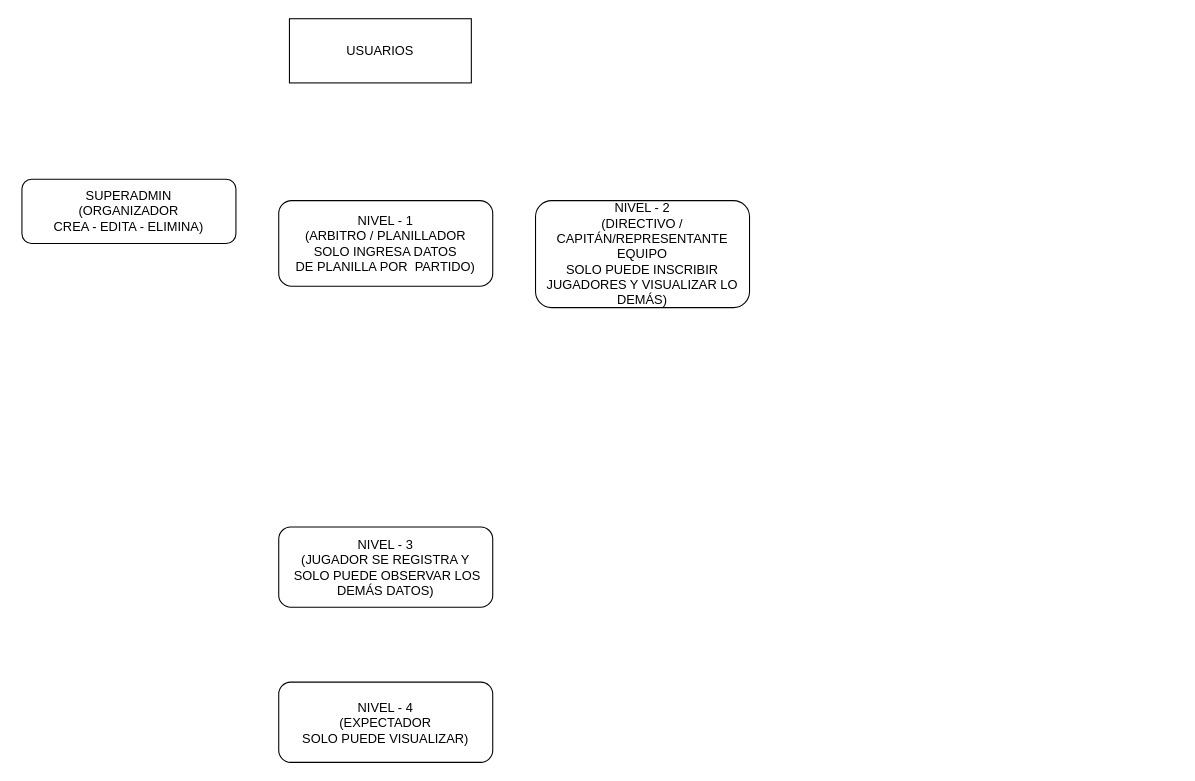
Above: Diagrama sin título.drawio in raocampo/diagramas (draw.io), before the change. Source tidied: cells renumbered, new cells numbered last; positions are measured from the earlier drawing's top-left corner, leaving out a move shared by most shapes. Both pictures are drawn from the tidied source at 107%, with x=0, y=0 at pixel (21, 18).
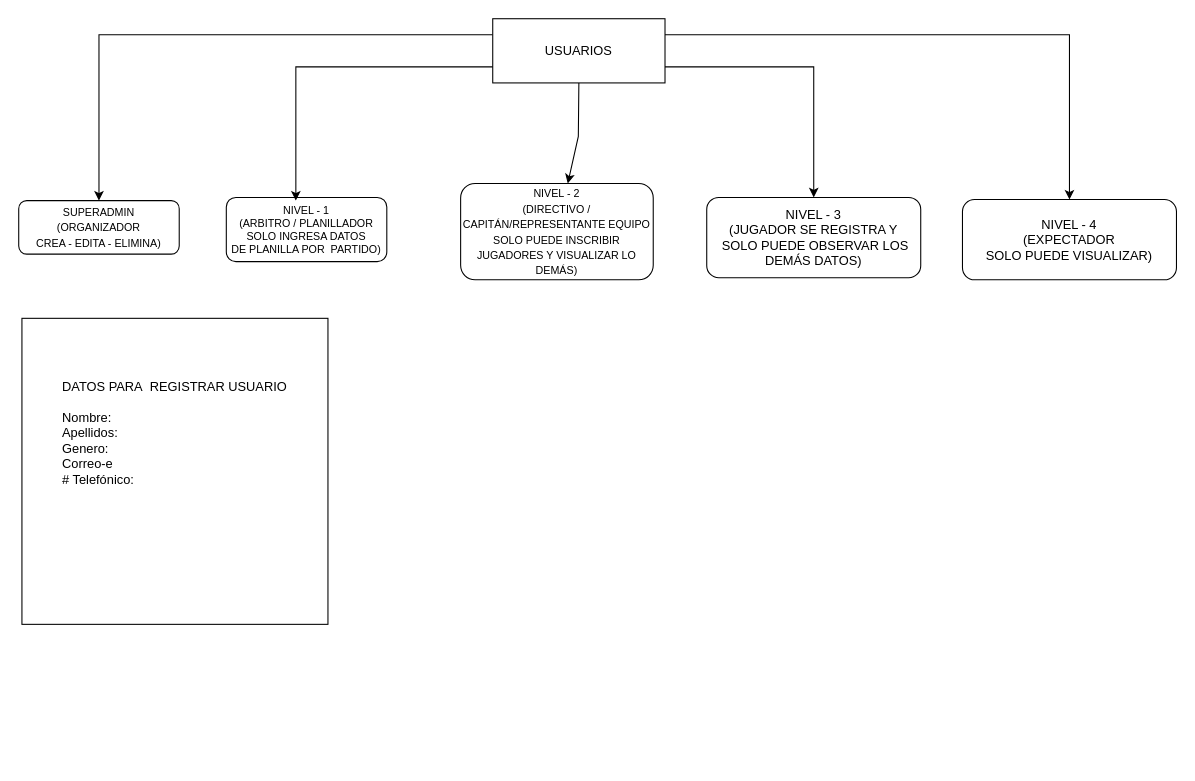
After the change.

Change to the diagram source:
```diff
@@
+    <mxCell id="8" style="edgeStyle=none;rounded=0;jettySize=auto;html=1;exitX=0;exitY=0.25;exitDx=0;exitDy=0;" parent="1" edge="1" source="2" target="3">
+      <mxGeometry relative="1" as="geometry">
+        <Array as="points">
+          <mxPoint x="250" y="15" />
+          <mxPoint x="72" y="15" />
+        </Array>
+      </mxGeometry>
+    </mxCell>
+    <mxCell id="9" style="edgeStyle=none;rounded=0;jettySize=auto;html=1;exitX=1;exitY=0.25;exitDx=0;exitDy=0;entryX=0.5;entryY=0;entryDx=0;entryDy=0;" parent="1" edge="1" source="2" target="7">
+      <mxGeometry relative="1" as="geometry">
+        <Array as="points">
+          <mxPoint x="979" y="15" />
+        </Array>
+      </mxGeometry>
+    </mxCell>
+    <mxCell id="10" style="edgeStyle=none;rounded=0;jettySize=auto;html=1;exitX=1;exitY=0.75;exitDx=0;exitDy=0;entryX=0.5;entryY=0;entryDx=0;entryDy=0;" parent="1" edge="1" source="2" target="6">
+      <mxGeometry relative="1" as="geometry">
+        <Array as="points">
+          <mxPoint x="740" y="45" />
+        </Array>
+      </mxGeometry>
+    </mxCell>
     <mxCell id="2" value="USUARIOS" style="rounded=0;whiteSpace=wrap;html=1;" parent="1" vertex="1">
-      <mxGeometry x="250" width="170" height="60" as="geometry" />
+      <mxGeometry x="440" width="161" height="60" as="geometry" />
     </mxCell>
-    <mxCell id="3" value="SUPERADMIN&lt;br&gt;(ORGANIZADOR &lt;br&gt;CREA - EDITA - ELIMINA)" style="rounded=1;whiteSpace=wrap;html=1;" parent="1" vertex="1">
-      <mxGeometry y="150" width="200" height="60" as="geometry" />
+    <mxCell id="3" value="&lt;font style=&quot;font-size: 10px;&quot;&gt;SUPERADMIN&lt;br&gt;(ORGANIZADOR &lt;br&gt;CREA - EDITA - ELIMINA)&lt;/font&gt;" style="rounded=1;whiteSpace=wrap;html=1;" parent="1" vertex="1">
+      <mxGeometry x="-3" y="170" width="150" height="50" as="geometry" />
     </mxCell>
-    <mxCell id="4" value="NIVEL - 1&lt;br&gt;(ARBITRO / PLANILLADOR&lt;br&gt;SOLO INGRESA DATOS&lt;br&gt;DE PLANILLA POR&amp;nbsp; PARTIDO)" style="rounded=1;whiteSpace=wrap;html=1;" parent="1" vertex="1">
-      <mxGeometry x="240" y="170" width="200" height="80" as="geometry" />
+    <mxCell id="4" value="NIVEL - 1&lt;br style=&quot;font-size: 10px;&quot;&gt;(ARBITRO / PLANILLADOR&lt;br style=&quot;font-size: 10px;&quot;&gt;SOLO INGRESA DATOS&lt;br style=&quot;font-size: 10px;&quot;&gt;DE PLANILLA POR&amp;nbsp; PARTIDO)" style="rounded=1;whiteSpace=wrap;html=1;fontSize=10;" parent="1" vertex="1">
+      <mxGeometry x="191" y="167" width="150" height="60" as="geometry" />
     </mxCell>
-    <mxCell id="5" value="NIVEL - 2&lt;br&gt;(DIRECTIVO / CAPITÁN/REPRESENTANTE EQUIPO&lt;br&gt;SOLO PUEDE INSCRIBIR JUGADORES Y VISUALIZAR LO DEMÁS)" style="rounded=1;whiteSpace=wrap;html=1;" parent="1" vertex="1">
-      <mxGeometry x="480" y="170" width="200" height="100" as="geometry" />
+    <mxCell id="5" value="&lt;font style=&quot;font-size: 10px;&quot;&gt;NIVEL - 2&lt;br&gt;(DIRECTIVO / CAPITÁN/REPRESENTANTE EQUIPO&lt;br&gt;SOLO PUEDE INSCRIBIR JUGADORES Y VISUALIZAR LO DEMÁS)&lt;/font&gt;" style="rounded=1;whiteSpace=wrap;html=1;" parent="1" vertex="1">
+      <mxGeometry x="410" y="154" width="180" height="90" as="geometry" />
     </mxCell>
     <mxCell id="6" value="NIVEL - 3&lt;br&gt;(JUGADOR SE REGISTRA Y&lt;br&gt;&amp;nbsp;SOLO PUEDE OBSERVAR LOS DEMÁS DATOS)" style="rounded=1;whiteSpace=wrap;html=1;" parent="1" vertex="1">
-      <mxGeometry x="240" y="475" width="200" height="75" as="geometry" />
+      <mxGeometry x="640" y="167" width="200" height="75" as="geometry" />
     </mxCell>
     <mxCell id="7" value="NIVEL - 4&lt;br&gt;(EXPECTADOR&lt;br&gt;SOLO PUEDE VISUALIZAR)" style="rounded=1;whiteSpace=wrap;html=1;" parent="1" vertex="1">
-      <mxGeometry x="240" y="620" width="200" height="75" as="geometry" />
+      <mxGeometry x="879" y="169" width="200" height="75" as="geometry" />
     </mxCell>
+    <mxCell id="11" style="edgeStyle=none;rounded=0;jettySize=auto;html=1;exitX=0;exitY=0.75;exitDx=0;exitDy=0;" parent="1" edge="1" source="2">
+      <mxGeometry relative="1" as="geometry">
+        <mxPoint x="256" y="170" as="targetPoint" />
+        <Array as="points">
+          <mxPoint x="256" y="45" />
+        </Array>
+      </mxGeometry>
+    </mxCell>
+    <mxCell id="12" style="edgeStyle=none;rounded=0;jettySize=auto;html=1;exitX=0.5;exitY=1;exitDx=0;exitDy=0;" parent="1" edge="1" source="2" target="5">
+      <mxGeometry relative="1" as="geometry">
+        <Array as="points">
+          <mxPoint x="520" y="110" />
+        </Array>
+      </mxGeometry>
+    </mxCell>
+    <mxCell id="13" value="DATOS PARA&amp;nbsp; REGISTRAR USUARIO&lt;br&gt;&lt;br&gt;&lt;div align=&quot;left&quot;&gt;Nombre:&lt;br&gt;Apellidos:&lt;br&gt;Genero:&lt;/div&gt;&lt;div align=&quot;left&quot;&gt;Correo-e&lt;/div&gt;&lt;div align=&quot;left&quot;&gt;# Telefónico:&lt;/div&gt;&lt;div align=&quot;left&quot;&gt;&lt;br&gt;&lt;/div&gt;&lt;div align=&quot;left&quot;&gt;&lt;br&gt;&lt;/div&gt;&lt;div align=&quot;left&quot;&gt;&lt;br&gt;&lt;/div&gt;&lt;div align=&quot;left&quot;&gt;&lt;br&gt;&lt;/div&gt;&lt;div align=&quot;left&quot;&gt;&lt;br&gt;&lt;/div&gt;" style="whiteSpace=wrap;html=1;" parent="1" vertex="1">
+      <mxGeometry y="280" width="286" height="286" as="geometry" />
+    </mxCell>
```
